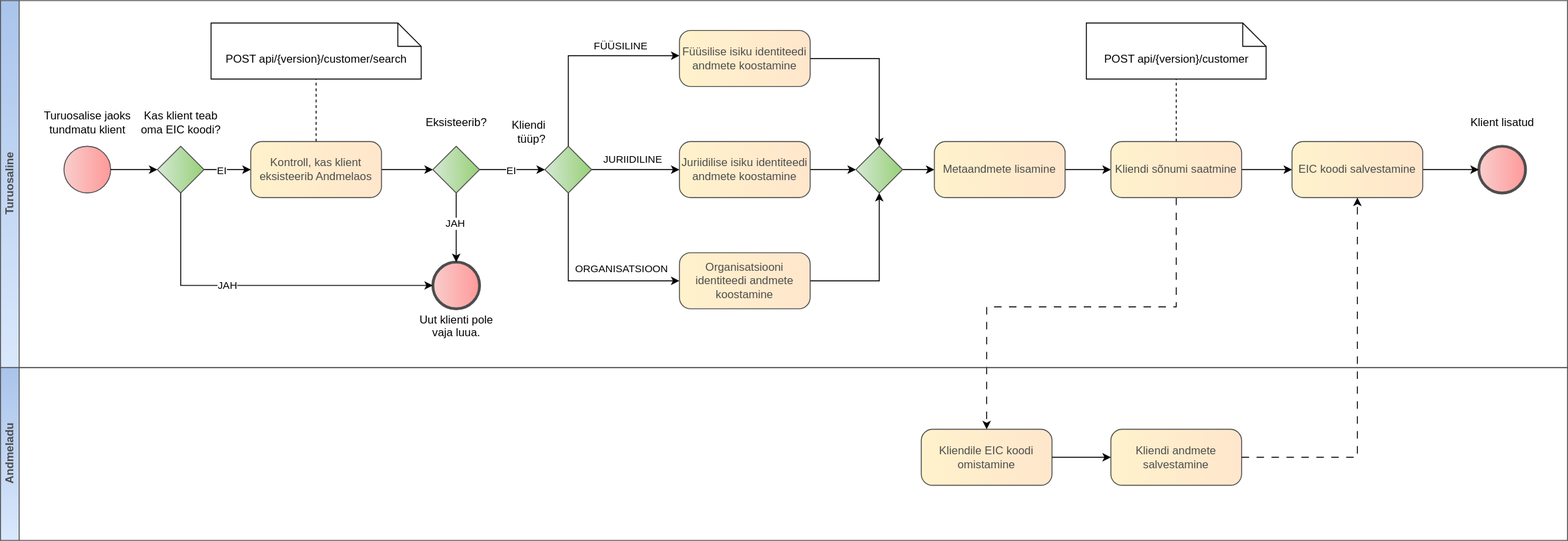
This is diagrams/customer-management/kliendi-registreerimine.svg from Elering/estfeed-datahub-docs, a draw.io export, as it was before one commit. Source tidied: cells renumbered, new cells last; positions are measured from the earlier drawing's top-left corner, leaving out a move shared by most shapes.
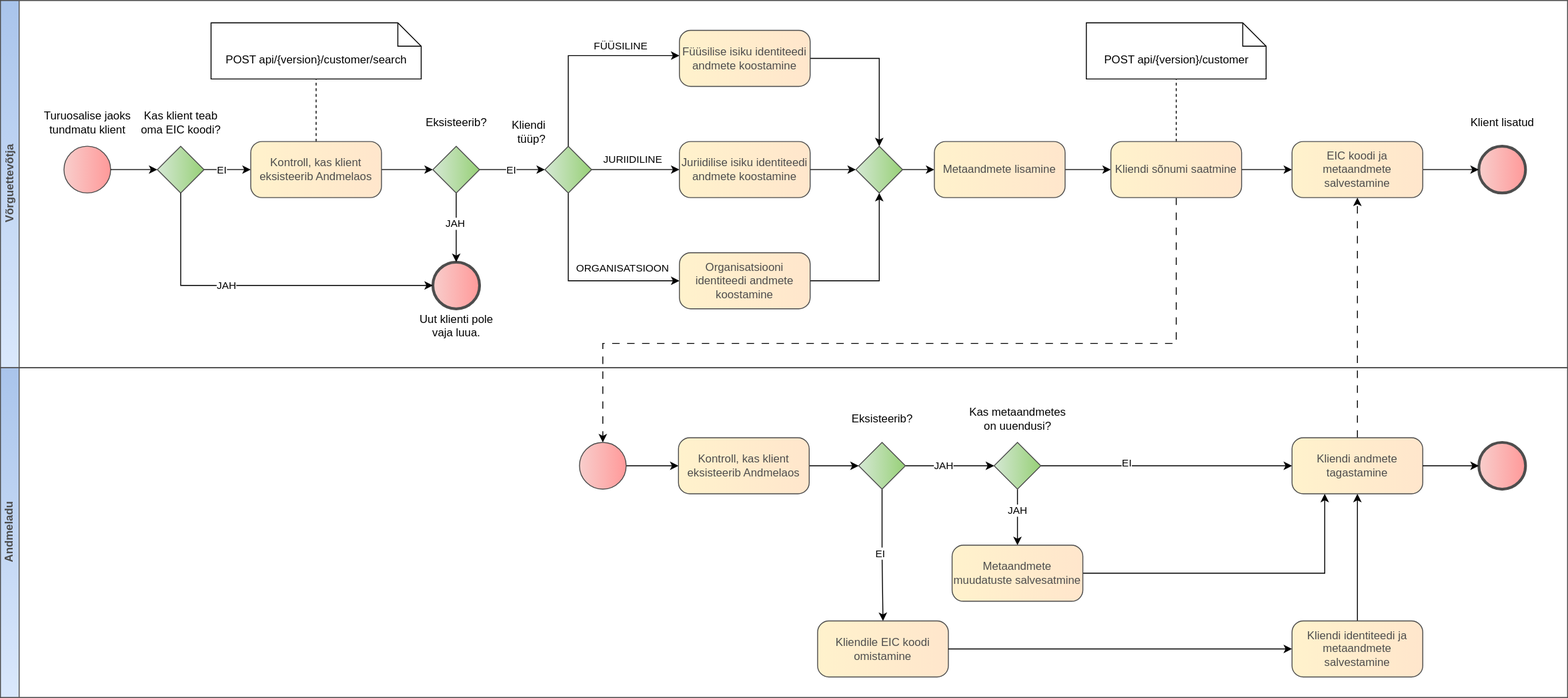
Later version of the same file.

The edit, as a diff of the source:
```diff
@@ -113,7 +113,7 @@
     <mxCell id="32" value="Organisatsiooni identiteedi andmete koostamine" style="rounded=1;whiteSpace=wrap;html=1;arcSize=20;fillColor=#fff2cc;strokeColor=#4D4D4D;shadow=0;fontColor=#4D4D4D;gradientColor=#FFE6CC;gradientDirection=east;glass=0;backgroundOutline=0;enumerate=0;labelBackgroundColor=none;labelBorderColor=none;strokeWidth=1;" parent="1" vertex="1">
       <mxGeometry x="727" y="278" width="140" height="60" as="geometry" />
     </mxCell>
-    <mxCell id="33" style="edgeStyle=orthogonalEdgeStyle;rounded=0;jettySize=auto;html=1;" parent="1" edge="1" source="x">
+    <mxCell id="33" style="edgeStyle=orthogonalEdgeStyle;rounded=0;orthogonalLoop=1;jettySize=auto;html=1;" parent="1" edge="1">
       <mxGeometry relative="1" as="geometry">
         <mxPoint x="1022" as="targetPoint" />
       </mxGeometry>
@@ -121,7 +121,7 @@
     <mxCell id="34" value="JAH" style="edgeLabel;html=1;align=center;verticalAlign=middle;" parent="33" vertex="1">
       <mxGeometry x="-0.39" y="3" relative="1" as="geometry" />
     </mxCell>
-    <mxCell id="35" style="edgeStyle=orthogonalEdgeStyle;rounded=0;jettySize=auto;html=1;" parent="1" edge="1" source="x">
+    <mxCell id="35" style="edgeStyle=orthogonalEdgeStyle;rounded=0;orthogonalLoop=1;jettySize=auto;html=1;" parent="1" edge="1">
       <mxGeometry relative="1" as="geometry">
         <mxPoint x="1022" y="95" as="targetPoint" />
         <Array as="points">
@@ -150,11 +150,11 @@
     <mxCell id="42" style="edgeStyle=orthogonalEdgeStyle;rounded=0;jettySize=auto;html=1;endArrow=none;dashed=1;endFill=0;" parent="1" edge="1" source="44" target="48">
       <mxGeometry relative="1" as="geometry" />
     </mxCell>
-    <mxCell id="43" style="edgeStyle=orthogonalEdgeStyle;rounded=0;jettySize=auto;html=1;entryX=0.5;entryY=0;entryDx=0;entryDy=0;dashed=1;dashPattern=8 8;" parent="1" edge="1" source="44" target="50">
+    <mxCell id="43" style="edgeStyle=orthogonalEdgeStyle;rounded=0;jettySize=auto;html=1;entryX=0.5;entryY=0;entryDx=0;entryDy=0;dashed=1;dashPattern=8 8;entryPerimeter=0;" parent="1" edge="1" source="44" target="55">
       <mxGeometry relative="1" as="geometry">
         <Array as="points">
-          <mxPoint x="1259" y="336" />
-          <mxPoint x="1056" y="336" />
+          <mxPoint x="1259" y="375" />
+          <mxPoint x="645" y="375" />
         </Array>
       </mxGeometry>
     </mxCell>
@@ -164,29 +164,89 @@
     <mxCell id="45" style="edgeStyle=orthogonalEdgeStyle;rounded=0;jettySize=auto;html=1;" parent="1" edge="1" source="46" target="3">
       <mxGeometry relative="1" as="geometry" />
     </mxCell>
-    <mxCell id="46" value="EIC koodi salvestamine" style="rounded=1;whiteSpace=wrap;html=1;arcSize=20;fillColor=#fff2cc;strokeColor=#4D4D4D;shadow=0;fontColor=#4D4D4D;gradientColor=#FFE6CC;gradientDirection=east;glass=0;backgroundOutline=0;enumerate=0;labelBackgroundColor=none;labelBorderColor=none;strokeWidth=1;" parent="1" vertex="1">
+    <mxCell id="46" value="EIC koodi ja metaandmete salvestamine" style="rounded=1;whiteSpace=wrap;html=1;arcSize=20;fillColor=#fff2cc;strokeColor=#4D4D4D;shadow=0;fontColor=#4D4D4D;gradientColor=#FFE6CC;gradientDirection=east;glass=0;backgroundOutline=0;enumerate=0;labelBackgroundColor=none;labelBorderColor=none;strokeWidth=1;" parent="1" vertex="1">
       <mxGeometry x="1383" y="159" width="140" height="60" as="geometry" />
     </mxCell>
-    <mxCell id="47" value="Turuosaline" style="swimlane;html=1;horizontal=0;startSize=20;strokeColor=#4D4D4D;fillColor=#dae8fc;fontColor=#4D4D4D;gradientColor=#A9C4EB;gradientDirection=north;rotation=0;" parent="1" vertex="1">
+    <mxCell id="47" value="Võrguettevõtja" style="swimlane;html=1;horizontal=0;startSize=20;strokeColor=#4D4D4D;fillColor=#dae8fc;fontColor=#4D4D4D;gradientColor=#A9C4EB;gradientDirection=north;rotation=0;" parent="1" vertex="1">
       <mxGeometry y="8" width="1678" height="393" as="geometry" />
     </mxCell>
     <mxCell id="48" value="POST api/{version}/customer" style="shape=note2;boundedLbl=1;whiteSpace=wrap;html=1;size=25;verticalAlign=top;align=center;" parent="1" vertex="1">
       <mxGeometry x="1162.8" y="32" width="192.5" height="60" as="geometry" />
     </mxCell>
     <mxCell id="49" value="Andmeladu" style="swimlane;html=1;horizontal=0;startSize=20;strokeColor=#4D4D4D;fillColor=#dae8fc;fontColor=#4D4D4D;gradientColor=#A9C4EB;gradientDirection=north;rotation=0;" parent="1" vertex="1">
-      <mxGeometry y="401" width="1678" height="185" as="geometry" />
+      <mxGeometry y="401" width="1678" height="353" as="geometry" />
     </mxCell>
+    <mxCell id="53" style="edgeStyle=orthogonalEdgeStyle;rounded=0;jettySize=auto;html=1;entryX=0.5;entryY=1;entryDx=0;entryDy=0;dashed=1;dashPattern=8 8;exitX=0.5;exitY=0;exitDx=0;exitDy=0;" parent="1" edge="1" source="71" target="46">
+      <mxGeometry relative="1" as="geometry" />
+    </mxCell>
+    <mxCell id="54" style="edgeStyle=orthogonalEdgeStyle;rounded=0;jettySize=auto;html=1;entryX=0;entryY=0.5;entryDx=0;entryDy=0;" parent="1" edge="1" source="55" target="63">
+      <mxGeometry relative="1" as="geometry" />
+    </mxCell>
+    <mxCell id="55" style="points=[[0.145,0.145,0],[0.5,0,0],[0.855,0.145,0],[1,0.5,0],[0.855,0.855,0],[0.5,1,0],[0.145,0.855,0],[0,0.5,0]];shape=mxgraph.bpmn.event;html=1;verticalLabelPosition=bottom;labelBackgroundColor=#ffffff;verticalAlign=bottom;align=center;perimeter=ellipsePerimeter;outlineConnect=0;outline=standard;symbol=general;fontFamily=Helvetica;fontSize=12;fontColor=#4D4D4D;fillColor=#f8cecc;strokeColor=#4D4D4D;rounded=1;shadow=0;strokeWidth=1;gradientColor=#FF9999;gradientDirection=east;" parent="1" vertex="1">
+      <mxGeometry x="620" y="481" width="50" height="50" as="geometry" />
+    </mxCell>
-    <mxCell id="50" value="Kliendile EIC koodi omistamine" style="rounded=1;whiteSpace=wrap;html=1;arcSize=20;fillColor=#fff2cc;strokeColor=#4D4D4D;shadow=0;fontColor=#4D4D4D;gradientColor=#FFE6CC;gradientDirection=east;glass=0;backgroundOutline=0;enumerate=0;labelBackgroundColor=none;labelBorderColor=none;strokeWidth=1;" parent="49" vertex="1">
-      <mxGeometry x="986" y="66" width="140" height="60" as="geometry" />
+    <mxCell id="50" value="Kliendile EIC koodi omistamine" style="rounded=1;whiteSpace=wrap;html=1;arcSize=20;fillColor=#fff2cc;strokeColor=#4D4D4D;shadow=0;fontColor=#4D4D4D;gradientColor=#FFE6CC;gradientDirection=east;glass=0;backgroundOutline=0;enumerate=0;labelBackgroundColor=none;labelBorderColor=none;strokeWidth=1;" parent="1" vertex="1">
+      <mxGeometry x="875" y="672" width="140" height="60" as="geometry" />
     </mxCell>
+    <mxCell id="56" style="edgeStyle=orthogonalEdgeStyle;rounded=0;jettySize=auto;html=1;entryX=0.5;entryY=1;entryDx=0;entryDy=0;" parent="1" edge="1" source="51" target="71">
+      <mxGeometry relative="1" as="geometry" />
+    </mxCell>
-    <mxCell id="51" value="Kliendi andmete salvestamine" style="rounded=1;whiteSpace=wrap;html=1;arcSize=20;fillColor=#fff2cc;strokeColor=#4D4D4D;shadow=0;fontColor=#4D4D4D;gradientColor=#FFE6CC;gradientDirection=east;glass=0;backgroundOutline=0;enumerate=0;labelBackgroundColor=none;labelBorderColor=none;strokeWidth=1;" parent="49" vertex="1">
-      <mxGeometry x="1189" y="66" width="140" height="60" as="geometry" />
+    <mxCell id="51" value="Kliendi identiteedi ja metaandmete salvestamine" style="rounded=1;whiteSpace=wrap;html=1;arcSize=20;fillColor=#fff2cc;strokeColor=#4D4D4D;shadow=0;fontColor=#4D4D4D;gradientColor=#FFE6CC;gradientDirection=east;glass=0;backgroundOutline=0;enumerate=0;labelBackgroundColor=none;labelBorderColor=none;strokeWidth=1;" parent="1" vertex="1">
+      <mxGeometry x="1383" y="672" width="140" height="60" as="geometry" />
     </mxCell>
-    <mxCell id="52" style="edgeStyle=orthogonalEdgeStyle;rounded=0;jettySize=auto;html=1;" parent="49" edge="1" source="50" target="51">
+    <mxCell id="52" style="edgeStyle=orthogonalEdgeStyle;rounded=0;jettySize=auto;html=1;" parent="1" edge="1" source="50" target="51">
       <mxGeometry relative="1" as="geometry" />
     </mxCell>
-    <mxCell id="53" style="edgeStyle=orthogonalEdgeStyle;rounded=0;jettySize=auto;html=1;entryX=0.5;entryY=1;entryDx=0;entryDy=0;dashed=1;dashPattern=8 8;" parent="1" edge="1" source="51" target="46">
-      <mxGeometry relative="1" as="geometry" />
-    </mxCell>
+    <mxCell id="57" style="edgeStyle=orthogonalEdgeStyle;rounded=0;jettySize=auto;html=1;entryX=0.5;entryY=0;entryDx=0;entryDy=0;" parent="1" edge="1" source="61" target="50">
+      <mxGeometry relative="1" as="geometry" />
+    </mxCell>
+    <mxCell id="58" value="EI" style="edgeLabel;html=1;align=center;verticalAlign=middle;" parent="57" vertex="1">
+      <mxGeometry x="-0.04" y="-3" relative="1" as="geometry" />
+    </mxCell>
+    <mxCell id="59" style="edgeStyle=orthogonalEdgeStyle;rounded=0;jettySize=auto;html=1;" parent="1" edge="1" source="61" target="68">
+      <mxGeometry relative="1" as="geometry" />
+    </mxCell>
+    <mxCell id="60" value="JAH" style="edgeLabel;html=1;align=center;verticalAlign=middle;" parent="59" vertex="1">
+      <mxGeometry x="-0.16" y="1" relative="1" as="geometry" />
+    </mxCell>
+    <mxCell id="61" value="Eksisteerib?" style="points=[[0.25,0.25,0],[0.5,0,0],[0.75,0.25,0],[1,0.5,0],[0.75,0.75,0],[0.5,1,0],[0.25,0.75,0],[0,0.5,0]];shape=mxgraph.bpmn.gateway2;html=1;verticalLabelPosition=top;labelBackgroundColor=#ffffff;verticalAlign=middle;align=center;perimeter=rhombusPerimeter;outlineConnect=0;outline=none;symbol=none;fontFamily=Helvetica;fontSize=12;fontColor=#000000;fillColor=#D5E8D4;strokeColor=#4D4D4D;rounded=0;shadow=0;gradientColor=#97D077;gradientDirection=east;spacing=0;labelPosition=center;" parent="1" vertex="1">
+      <mxGeometry x="919" y="481" width="50" height="50" as="geometry" />
+    </mxCell>
+    <mxCell id="62" style="edgeStyle=orthogonalEdgeStyle;rounded=0;jettySize=auto;html=1;" parent="1" edge="1" source="63" target="61">
+      <mxGeometry relative="1" as="geometry" />
+    </mxCell>
+    <mxCell id="63" value="Kontroll, kas klient eksisteerib Andmelaos" style="rounded=1;whiteSpace=wrap;html=1;arcSize=20;fillColor=#fff2cc;strokeColor=#4D4D4D;shadow=0;fontColor=#4D4D4D;gradientColor=#FFE6CC;gradientDirection=east;glass=0;backgroundOutline=0;enumerate=0;labelBackgroundColor=none;labelBorderColor=none;strokeWidth=1;" parent="1" vertex="1">
+      <mxGeometry x="726" y="476" width="140" height="60" as="geometry" />
+    </mxCell>
+    <mxCell id="64" style="edgeStyle=orthogonalEdgeStyle;rounded=0;jettySize=auto;html=1;entryX=0.5;entryY=0;entryDx=0;entryDy=0;" parent="1" edge="1" source="68" target="70">
+      <mxGeometry relative="1" as="geometry" />
+    </mxCell>
+    <mxCell id="65" value="JAH" style="edgeLabel;html=1;align=center;verticalAlign=middle;" parent="64" vertex="1">
+      <mxGeometry x="-0.25" y="-1" relative="1" as="geometry" />
+    </mxCell>
+    <mxCell id="66" style="edgeStyle=orthogonalEdgeStyle;rounded=0;jettySize=auto;html=1;entryX=0;entryY=0.5;entryDx=0;entryDy=0;" parent="1" edge="1" source="68" target="71">
+      <mxGeometry relative="1" as="geometry" />
+    </mxCell>
+    <mxCell id="67" value="EI" style="edgeLabel;html=1;align=center;verticalAlign=middle;" parent="66" vertex="1">
+      <mxGeometry x="-0.33" y="4" relative="1" as="geometry" />
+    </mxCell>
+    <mxCell id="68" value="Kas metaandmetes&lt;br&gt;on uuendusi?" style="points=[[0.25,0.25,0],[0.5,0,0],[0.75,0.25,0],[1,0.5,0],[0.75,0.75,0],[0.5,1,0],[0.25,0.75,0],[0,0.5,0]];shape=mxgraph.bpmn.gateway2;html=1;verticalLabelPosition=top;labelBackgroundColor=#ffffff;verticalAlign=middle;align=center;perimeter=rhombusPerimeter;outlineConnect=0;outline=none;symbol=none;fontFamily=Helvetica;fontSize=12;fontColor=#000000;fillColor=#D5E8D4;strokeColor=#4D4D4D;rounded=0;shadow=0;gradientColor=#97D077;gradientDirection=east;spacing=0;labelPosition=center;" parent="1" vertex="1">
+      <mxGeometry x="1064" y="481" width="50" height="50" as="geometry" />
+    </mxCell>
+    <mxCell id="69" style="edgeStyle=orthogonalEdgeStyle;rounded=0;jettySize=auto;html=1;entryX=0.25;entryY=1;entryDx=0;entryDy=0;" parent="1" edge="1" source="70" target="71">
+      <mxGeometry relative="1" as="geometry" />
+    </mxCell>
+    <mxCell id="70" value="Metaandmete muudatuste salvesatmine" style="rounded=1;whiteSpace=wrap;html=1;arcSize=20;fillColor=#fff2cc;strokeColor=#4D4D4D;shadow=0;fontColor=#4D4D4D;gradientColor=#FFE6CC;gradientDirection=east;glass=0;backgroundOutline=0;enumerate=0;labelBackgroundColor=none;labelBorderColor=none;strokeWidth=1;" parent="1" vertex="1">
+      <mxGeometry x="1019" y="591" width="140" height="60" as="geometry" />
+    </mxCell>
+    <mxCell id="71" value="Kliendi andmete tagastamine" style="rounded=1;whiteSpace=wrap;html=1;arcSize=20;fillColor=#fff2cc;strokeColor=#4D4D4D;shadow=0;fontColor=#4D4D4D;gradientColor=#FFE6CC;gradientDirection=east;glass=0;backgroundOutline=0;enumerate=0;labelBackgroundColor=none;labelBorderColor=none;strokeWidth=1;" parent="1" vertex="1">
+      <mxGeometry x="1383" y="476" width="140" height="60" as="geometry" />
+    </mxCell>
+    <mxCell id="72" style="points=[[0.145,0.145,0],[0.5,0,0],[0.855,0.145,0],[1,0.5,0],[0.855,0.855,0],[0.5,1,0],[0.145,0.855,0],[0,0.5,0]];shape=mxgraph.bpmn.event;html=1;verticalLabelPosition=top;labelBackgroundColor=#ffffff;verticalAlign=middle;align=center;perimeter=ellipsePerimeter;outlineConnect=0;outline=end;symbol=terminate2;fontFamily=Helvetica;fontSize=12;fontColor=#000000;fillColor=#f8cecc;strokeColor=#4D4D4D;rounded=1;shadow=0;strokeWidth=1;gradientColor=#FF9999;gradientDirection=east;spacing=0;spacingTop=0;spacingLeft=0;spacingBottom=0;labelPosition=center;" parent="1" vertex="1">
+      <mxGeometry x="1583" y="481" width="50" height="50" as="geometry" />
+    </mxCell>
+    <mxCell id="73" style="edgeStyle=orthogonalEdgeStyle;rounded=0;jettySize=auto;html=1;entryX=0;entryY=0.5;entryDx=0;entryDy=0;entryPerimeter=0;" parent="1" edge="1" source="71" target="72">
+      <mxGeometry relative="1" as="geometry" />
+    </mxCell>
   </root>
 </mxGraphModel>
```
